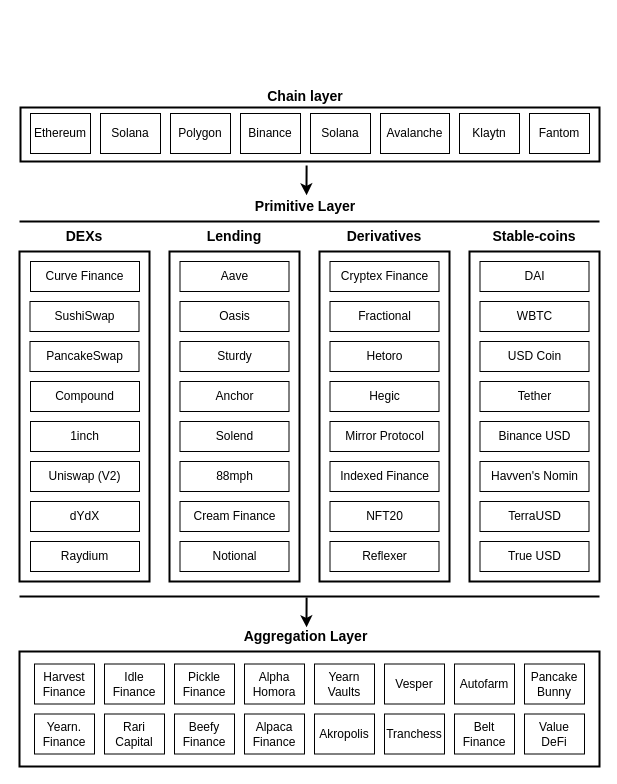
Before: DeFi ecosystem.drawio in TammyQAQ/YieldAggregators, a draw.io diagram. Source tidied: cells renumbered, new cells numbered last; positions are measured from the earlier drawing's top-left corner, leaving out a move shared by most shapes. Both pictures are drawn from the tidied source at 100%, with x=0, y=0 at pixel (19, 81).
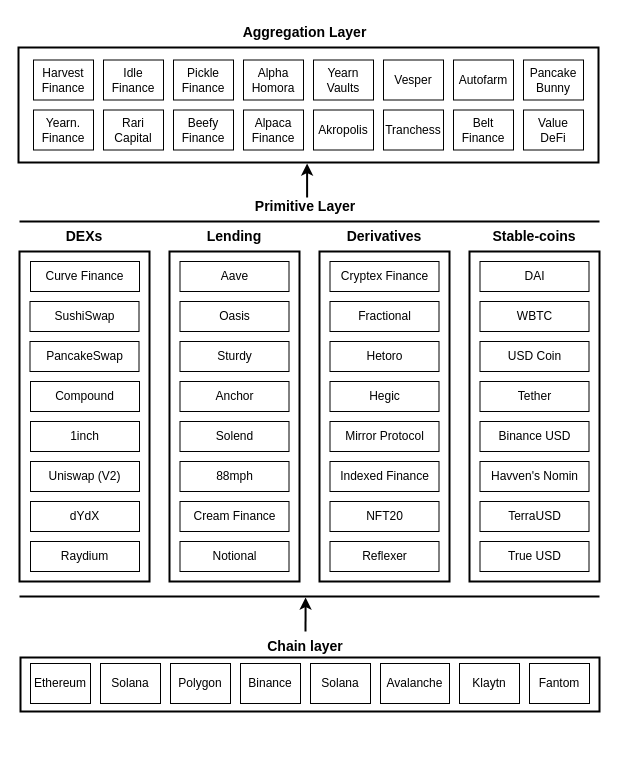
The same diagram, later.

The change refers to these unchanged cells:
```xml
<mxCell id="9" style="line;strokeWidth=2;html=1;" parent="1" vertex="1">
  <mxGeometry y="510" width="580" height="10" as="geometry" />
</mxCell>
```

Change to the diagram source:
```diff
@@
     <mxCell id="2" style="rounded=0;whiteSpace=wrap;html=1;strokeWidth=2;" parent="1" vertex="1">
-      <mxGeometry x="1" y="26" width="579" height="54" as="geometry" />
+      <mxGeometry x="1" y="576" width="579" height="54" as="geometry" />
     </mxCell>
@@
     <mxCell id="7" value="Ethereum" style="rounded=0;whiteSpace=wrap;html=1;" parent="1" vertex="1">
-      <mxGeometry x="11" y="32" width="60" height="40" as="geometry" />
+      <mxGeometry x="11" y="582" width="60" height="40" as="geometry" />
     </mxCell>
     <mxCell id="8" style="rounded=0;whiteSpace=wrap;html=1;strokeWidth=2;" parent="1" vertex="1">
-      <mxGeometry y="570" width="580" height="115" as="geometry" />
+      <mxGeometry x="-1" y="-34" width="580" height="115" as="geometry" />
     </mxCell>
@@
-    <mxCell id="10" style="endArrow=classic;html=1;rounded=0;exitX=0.495;exitY=0.6;exitDx=0;exitDy=0;exitPerimeter=0;entryX=0.495;entryY=0.579;entryDx=0;entryDy=0;entryPerimeter=0;strokeWidth=2;" parent="1" edge="1" source="9">
-      <mxGeometry relative="1" as="geometry">
-        <mxPoint x="287.1" y="545.8" as="targetPoint" />
-        <Array as="points">
-          <mxPoint x="287" y="540" />
-        </Array>
-      </mxGeometry>
-    </mxCell>
-    <mxCell id="11" style="endArrow=classic;html=1;rounded=0;exitX=0.495;exitY=0.6;exitDx=0;exitDy=0;exitPerimeter=0;entryX=0.495;entryY=0.579;entryDx=0;entryDy=0;entryPerimeter=0;strokeWidth=2;" parent="1" edge="1">
-      <mxGeometry relative="1" as="geometry">
-        <mxPoint x="287.1" y="84" as="sourcePoint" />
-        <mxPoint x="287.1" y="113.8" as="targetPoint" />
-        <Array as="points">
-          <mxPoint x="287" y="108" />
-        </Array>
-      </mxGeometry>
-    </mxCell>
@@
     <mxCell id="13" value="Solana" style="rounded=0;whiteSpace=wrap;html=1;" parent="1" vertex="1">
-      <mxGeometry x="81" y="32" width="60" height="40" as="geometry" />
+      <mxGeometry x="81" y="582" width="60" height="40" as="geometry" />
     </mxCell>
     <mxCell id="14" value="Polygon" style="rounded=0;whiteSpace=wrap;html=1;" parent="1" vertex="1">
-      <mxGeometry x="151" y="32" width="60" height="40" as="geometry" />
+      <mxGeometry x="151" y="582" width="60" height="40" as="geometry" />
     </mxCell>
     <mxCell id="15" value="Binance" style="rounded=0;whiteSpace=wrap;html=1;" parent="1" vertex="1">
-      <mxGeometry x="221" y="32" width="60" height="40" as="geometry" />
+      <mxGeometry x="221" y="582" width="60" height="40" as="geometry" />
     </mxCell>
     <mxCell id="16" value="Solana" style="rounded=0;whiteSpace=wrap;html=1;" parent="1" vertex="1">
-      <mxGeometry x="291" y="32" width="60" height="40" as="geometry" />
+      <mxGeometry x="291" y="582" width="60" height="40" as="geometry" />
     </mxCell>
     <mxCell id="17" value="Avalanche" style="rounded=0;whiteSpace=wrap;html=1;" parent="1" vertex="1">
-      <mxGeometry x="361" y="32" width="69" height="40" as="geometry" />
+      <mxGeometry x="361" y="582" width="69" height="40" as="geometry" />
     </mxCell>
     <mxCell id="18" value="Klaytn" style="rounded=0;whiteSpace=wrap;html=1;" parent="1" vertex="1">
-      <mxGeometry x="440" y="32" width="60" height="40" as="geometry" />
+      <mxGeometry x="440" y="582" width="60" height="40" as="geometry" />
     </mxCell>
     <mxCell id="19" value="Fantom" style="rounded=0;whiteSpace=wrap;html=1;" parent="1" vertex="1">
-      <mxGeometry x="510" y="32" width="60" height="40" as="geometry" />
+      <mxGeometry x="510" y="582" width="60" height="40" as="geometry" />
     </mxCell>
     <mxCell id="20" value="&lt;b&gt;&lt;font style=&quot;font-size: 14px;&quot;&gt;Chain layer&lt;/font&gt;&lt;/b&gt;" style="text;html=1;strokeColor=none;fillColor=none;align=center;verticalAlign=middle;whiteSpace=wrap;rounded=0;" parent="1" vertex="1">
-      <mxGeometry x="236" width="100" height="30" as="geometry" />
+      <mxGeometry x="236" y="550" width="100" height="30" as="geometry" />
     </mxCell>
@@
     <mxCell id="57" value="Harvest Finance" style="rounded=0;whiteSpace=wrap;html=1;" parent="1" vertex="1">
-      <mxGeometry x="15" y="582.5" width="60" height="40" as="geometry" />
+      <mxGeometry x="14" y="-21.5" width="60" height="40" as="geometry" />
     </mxCell>
     <mxCell id="58" value="Idle Finance" style="rounded=0;whiteSpace=wrap;html=1;" parent="1" vertex="1">
-      <mxGeometry x="85" y="582.5" width="60" height="40" as="geometry" />
+      <mxGeometry x="84" y="-21.5" width="60" height="40" as="geometry" />
     </mxCell>
     <mxCell id="59" value="Pickle Finance" style="rounded=0;whiteSpace=wrap;html=1;" parent="1" vertex="1">
-      <mxGeometry x="155" y="582.5" width="60" height="40" as="geometry" />
+      <mxGeometry x="154" y="-21.5" width="60" height="40" as="geometry" />
     </mxCell>
     <mxCell id="60" value="Alpha Homora" style="rounded=0;whiteSpace=wrap;html=1;" parent="1" vertex="1">
-      <mxGeometry x="225" y="582.5" width="60" height="40" as="geometry" />
+      <mxGeometry x="224" y="-21.5" width="60" height="40" as="geometry" />
     </mxCell>
     <mxCell id="61" value="Yearn Vaults" style="rounded=0;whiteSpace=wrap;html=1;" parent="1" vertex="1">
-      <mxGeometry x="295" y="582.5" width="60" height="40" as="geometry" />
+      <mxGeometry x="294" y="-21.5" width="60" height="40" as="geometry" />
     </mxCell>
     <mxCell id="62" value="Vesper" style="rounded=0;whiteSpace=wrap;html=1;" parent="1" vertex="1">
-      <mxGeometry x="365" y="582.5" width="60" height="40" as="geometry" />
+      <mxGeometry x="364" y="-21.5" width="60" height="40" as="geometry" />
     </mxCell>
     <mxCell id="63" value="Autofarm" style="rounded=0;whiteSpace=wrap;html=1;" parent="1" vertex="1">
-      <mxGeometry x="435" y="582.5" width="60" height="40" as="geometry" />
+      <mxGeometry x="434" y="-21.5" width="60" height="40" as="geometry" />
     </mxCell>
     <mxCell id="64" value="Pancake Bunny" style="rounded=0;whiteSpace=wrap;html=1;" parent="1" vertex="1">
-      <mxGeometry x="505" y="582.5" width="60" height="40" as="geometry" />
+      <mxGeometry x="504" y="-21.5" width="60" height="40" as="geometry" />
     </mxCell>
     <mxCell id="65" value="Yearn. Finance" style="rounded=0;whiteSpace=wrap;html=1;" parent="1" vertex="1">
-      <mxGeometry x="15" y="632.5" width="60" height="40" as="geometry" />
+      <mxGeometry x="14" y="28.5" width="60" height="40" as="geometry" />
     </mxCell>
     <mxCell id="66" value="Rari Capital" style="rounded=0;whiteSpace=wrap;html=1;" parent="1" vertex="1">
-      <mxGeometry x="85" y="632.5" width="60" height="40" as="geometry" />
+      <mxGeometry x="84" y="28.5" width="60" height="40" as="geometry" />
     </mxCell>
     <mxCell id="67" value="Beefy Finance" style="rounded=0;whiteSpace=wrap;html=1;" parent="1" vertex="1">
-      <mxGeometry x="155" y="632.5" width="60" height="40" as="geometry" />
+      <mxGeometry x="154" y="28.5" width="60" height="40" as="geometry" />
     </mxCell>
     <mxCell id="68" value="Alpaca Finance" style="rounded=0;whiteSpace=wrap;html=1;" parent="1" vertex="1">
-      <mxGeometry x="225" y="632.5" width="60" height="40" as="geometry" />
+      <mxGeometry x="224" y="28.5" width="60" height="40" as="geometry" />
     </mxCell>
     <mxCell id="69" value="Akropolis" style="rounded=0;whiteSpace=wrap;html=1;" parent="1" vertex="1">
-      <mxGeometry x="295" y="632.5" width="60" height="40" as="geometry" />
+      <mxGeometry x="294" y="28.5" width="60" height="40" as="geometry" />
     </mxCell>
     <mxCell id="70" value="Tranchess" style="rounded=0;whiteSpace=wrap;html=1;" parent="1" vertex="1">
-      <mxGeometry x="365" y="632.5" width="60" height="40" as="geometry" />
+      <mxGeometry x="364" y="28.5" width="60" height="40" as="geometry" />
     </mxCell>
     <mxCell id="71" value="Belt Finance" style="rounded=0;whiteSpace=wrap;html=1;" parent="1" vertex="1">
-      <mxGeometry x="435" y="632.5" width="60" height="40" as="geometry" />
+      <mxGeometry x="434" y="28.5" width="60" height="40" as="geometry" />
     </mxCell>
     <mxCell id="72" value="Value DeFi" style="rounded=0;whiteSpace=wrap;html=1;" parent="1" vertex="1">
-      <mxGeometry x="505" y="632.5" width="60" height="40" as="geometry" />
+      <mxGeometry x="504" y="28.5" width="60" height="40" as="geometry" />
     </mxCell>
     <mxCell id="73" value="&lt;span style=&quot;font-size: 14px;&quot;&gt;&lt;b&gt;Aggregation Layer&lt;/b&gt;&lt;/span&gt;" style="text;html=1;strokeColor=none;fillColor=none;align=center;verticalAlign=middle;whiteSpace=wrap;rounded=0;" parent="1" vertex="1">
-      <mxGeometry x="188.5" y="540" width="195" height="30" as="geometry" />
+      <mxGeometry x="187.5" y="-64" width="195" height="30" as="geometry" />
     </mxCell>
@@
+    <mxCell id="75" style="endArrow=classic;html=1;rounded=0;fontSize=14;strokeWidth=2;exitX=0.5;exitY=0;exitDx=0;exitDy=0;" parent="1" edge="1" source="20">
+      <mxGeometry relative="1" as="geometry">
+        <mxPoint x="286.1" y="516" as="targetPoint" />
+      </mxGeometry>
+    </mxCell>
+    <mxCell id="76" style="endArrow=classic;html=1;rounded=0;fontSize=14;strokeWidth=2;exitX=0.5;exitY=0;exitDx=0;exitDy=0;" parent="1" edge="1">
+      <mxGeometry relative="1" as="geometry">
+        <mxPoint x="287.6" y="116" as="sourcePoint" />
+        <mxPoint x="287.6" y="82" as="targetPoint" />
+      </mxGeometry>
+    </mxCell>
```
